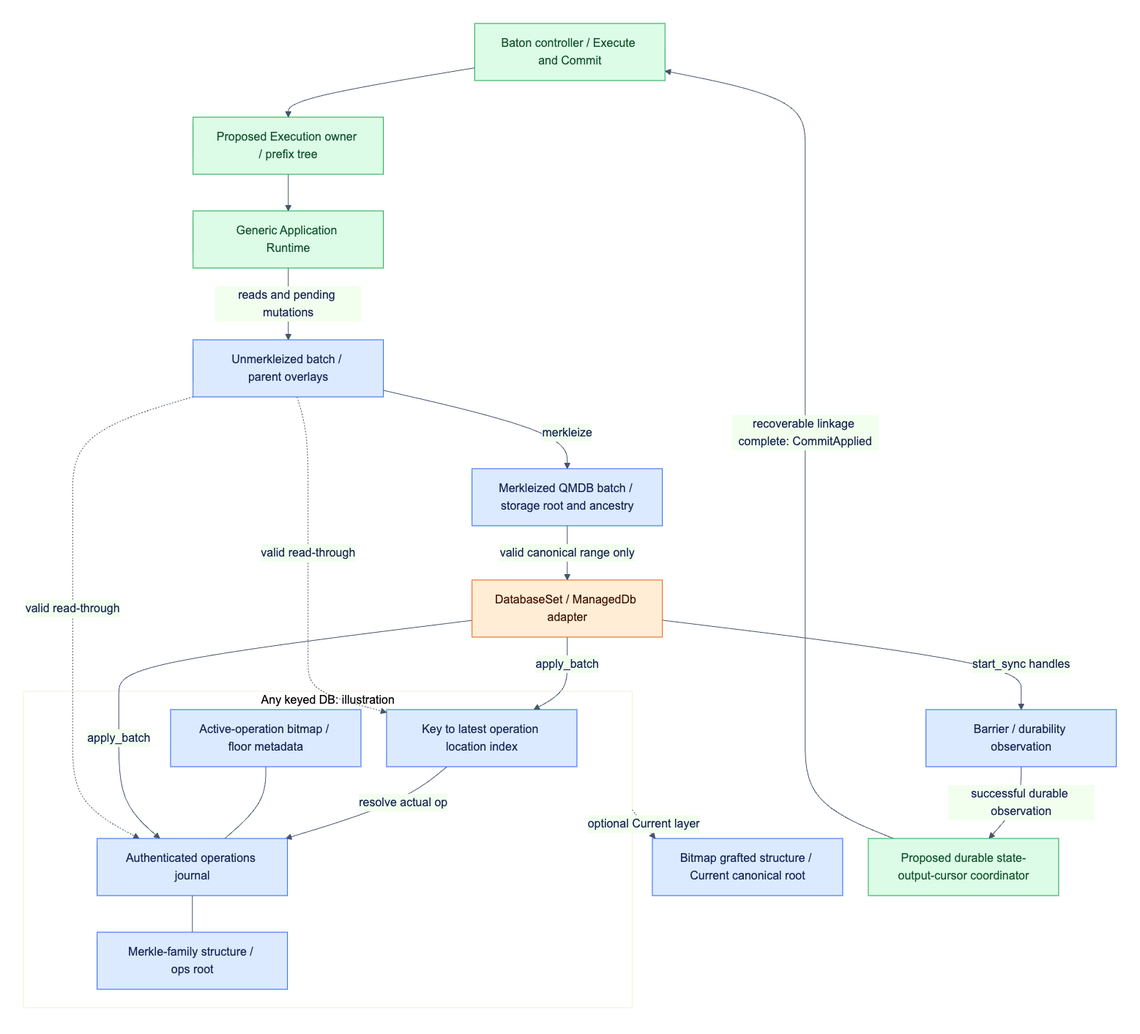
The Mermaid diagram assets/diagrams/diagram-17.png in djm07073/baton-research, before a commit. Its source is kept beside it as assets/diagrams/diagram-17.mmd.
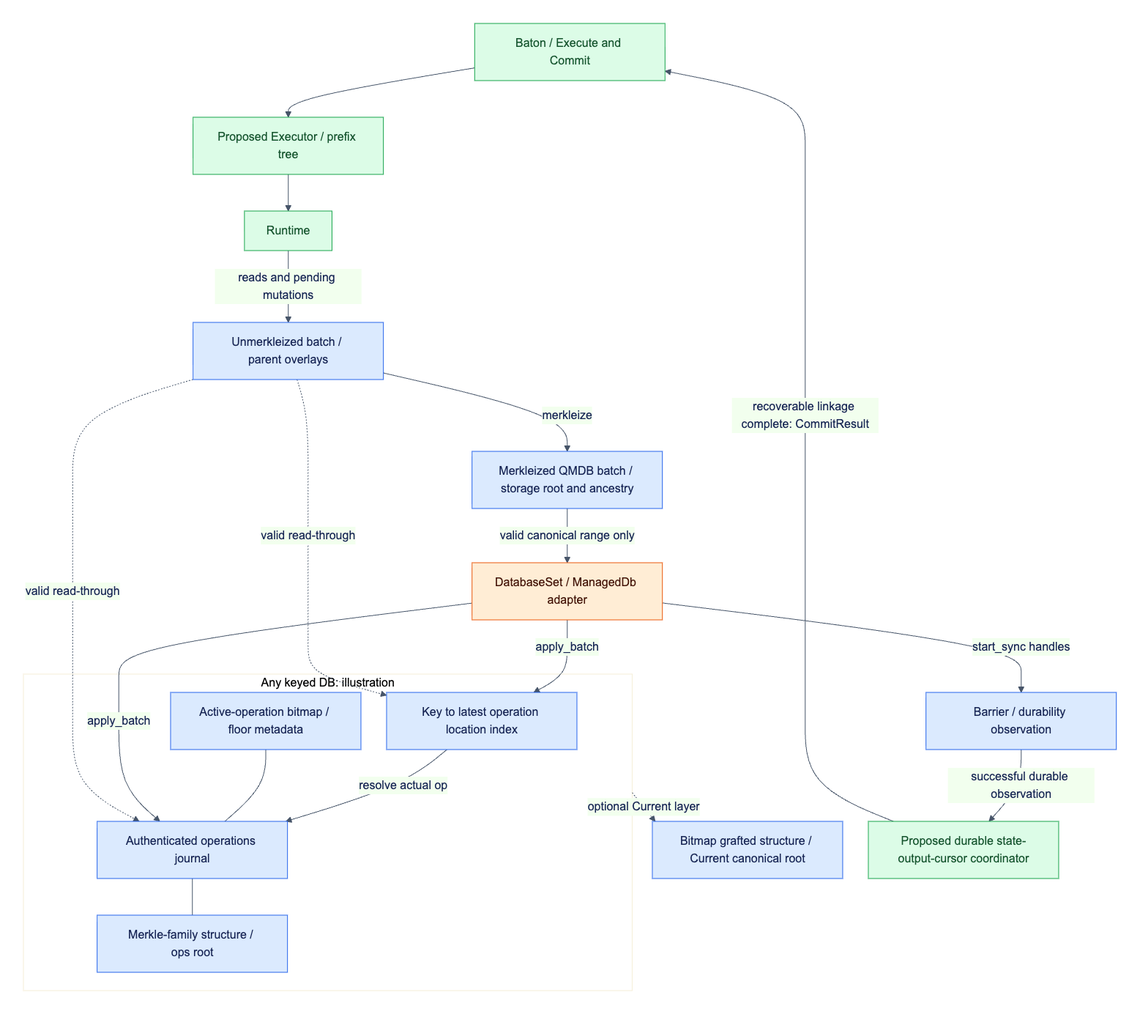
Above is the later version.

The edit, as a diff of the source:
```diff
@@ -1,6 +1,6 @@
 flowchart TB
-    B[Baton controller / Execute and Commit] --> O[Proposed Execution owner / prefix tree]
-    O --> R[Generic Application Runtime]
+    B[Baton / Execute and Commit] --> O[Proposed Executor / prefix tree]
+    O --> R[Runtime]
     R -->|reads and pending mutations| U[Unmerkleized batch / parent overlays]
     U -->|merkleize| K[Merkleized QMDB batch / storage root and ancestry]
     K -->|valid canonical range only| D[DatabaseSet / ManagedDb adapter]
@@ -20,7 +20,7 @@
     Q -. optional Current layer .-> C[Bitmap grafted structure / Current canonical root]
     D -->|start_sync handles| F[Barrier / durability observation]
     F -->|successful durable observation| J[Proposed durable state-output-cursor coordinator]
-    J -->|recoverable linkage complete: CommitApplied| B
+    J -->|recoverable linkage complete: CommitResult| B
     classDef reuse fill:#dbeafe,stroke:#2563eb,color:#172554;
     classDef adapt fill:#ffedd5,stroke:#ea580c,color:#431407;
     classDef fresh fill:#dcfce7,stroke:#16a34a,color:#14532d;
```
